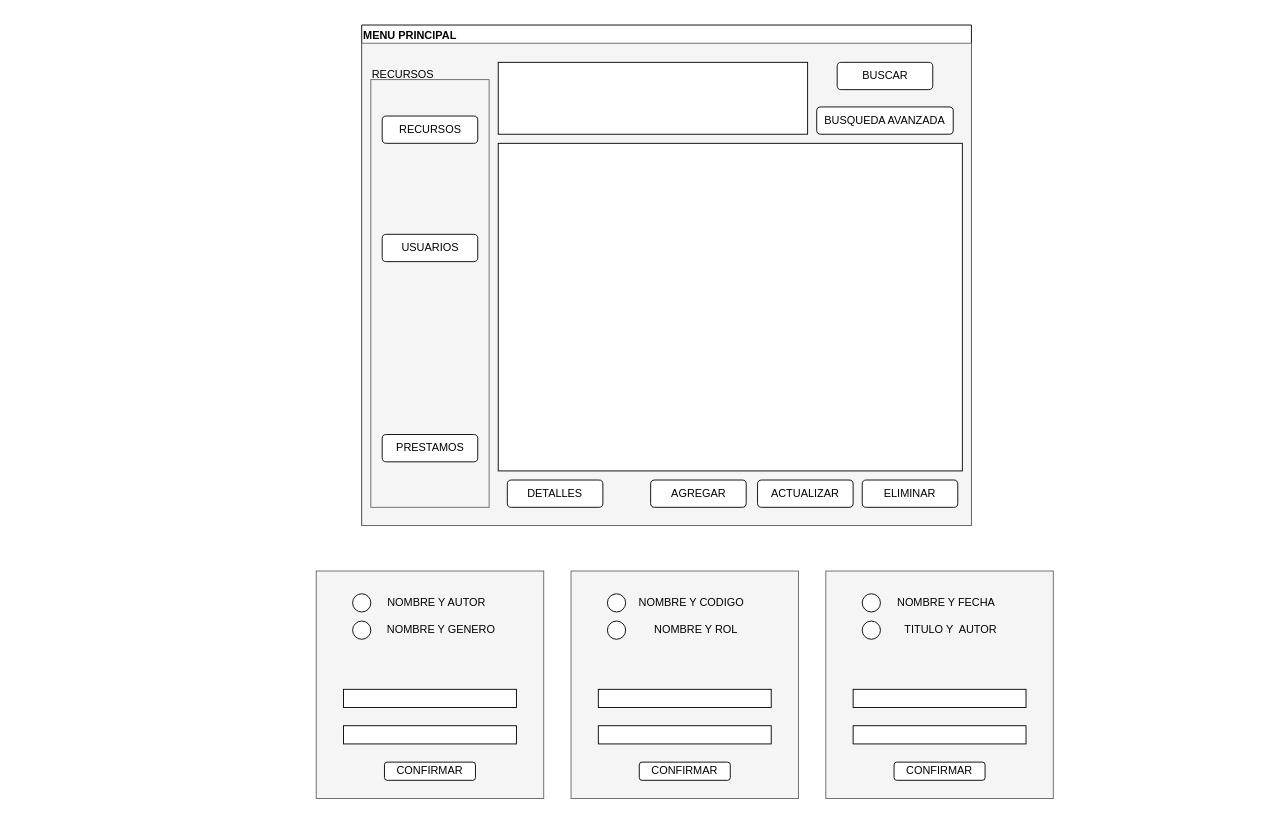
Before: page "Page-1" (1 of 4) of Interface Diagram.drawio in puyojulian/MiniProyecto3FPOE, a draw.io diagram. Source tidied: cells renumbered, new cells numbered last; positions are measured from the earlier drawing's top-left corner, leaving out a move shared by most shapes. Both pictures are drawn from the tidied source at 91%, with x=0, y=0 at pixel (316, 25).
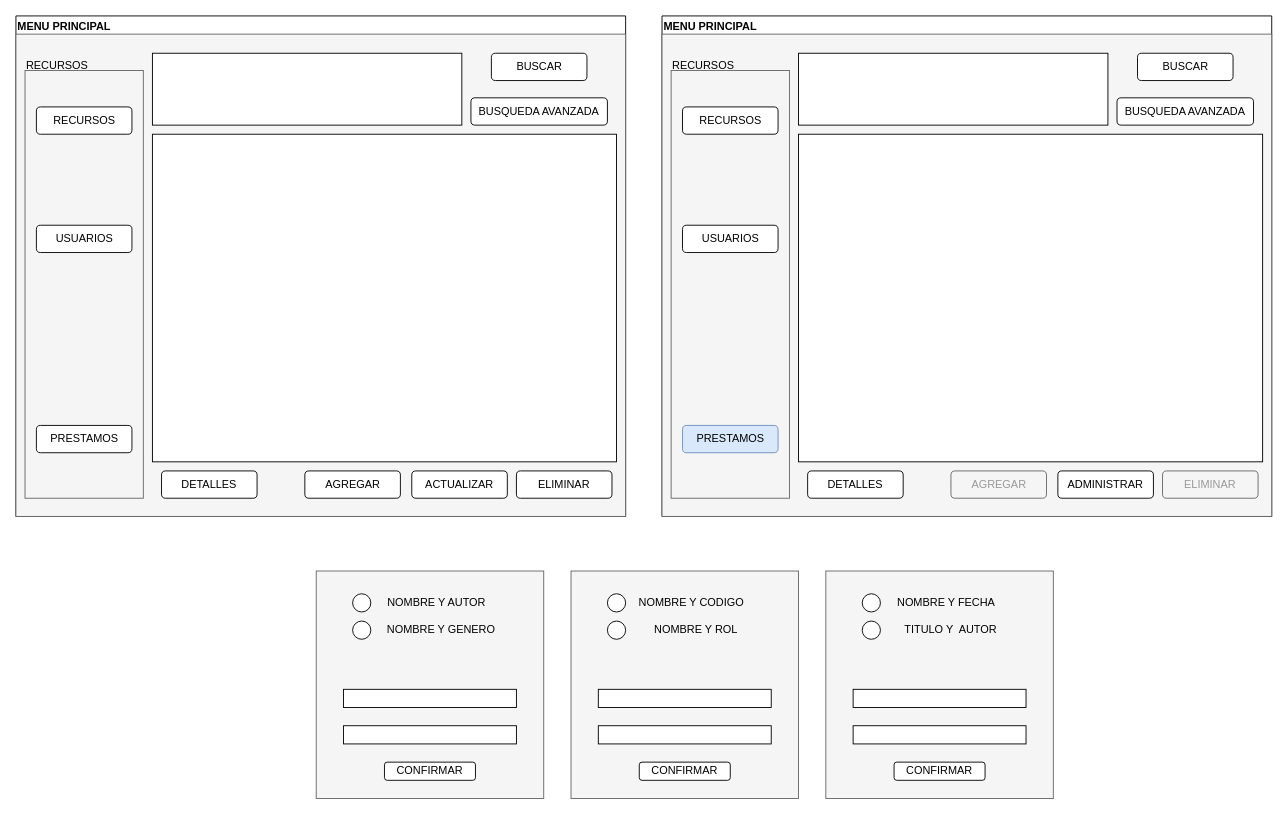
Above is the later version.

Commit message:
Actualización Interfaz MenuPrincipal

Diff of the diagram source:
```diff
@@
     <mxCell id="2" value="MENU PRINCIPAL" style="swimlane;whiteSpace=wrap;html=1;align=left;" parent="1" vertex="1">
-      <mxGeometry x="50" width="670" height="550" as="geometry" />
+      <mxGeometry x="-330" y="-10" width="670" height="550" as="geometry" />
     </mxCell>
@@
     <mxCell id="13" value="DETALLES" style="rounded=1;whiteSpace=wrap;html=1;" parent="1" vertex="1">
-      <mxGeometry x="210" y="500" width="105" height="30" as="geometry" />
+      <mxGeometry x="-170" y="490" width="105" height="30" as="geometry" />
     </mxCell>
     <mxCell id="14" value="AGREGAR" style="rounded=1;whiteSpace=wrap;html=1;" parent="1" vertex="1">
-      <mxGeometry x="367.5" y="500" width="105" height="30" as="geometry" />
+      <mxGeometry x="-12.5" y="490" width="105" height="30" as="geometry" />
     </mxCell>
     <mxCell id="15" value="ACTUALIZAR" style="rounded=1;whiteSpace=wrap;html=1;" parent="1" vertex="1">
-      <mxGeometry x="485" y="500" width="105" height="30" as="geometry" />
+      <mxGeometry x="105" y="490" width="105" height="30" as="geometry" />
     </mxCell>
@@
     <mxCell id="40" style="rounded=0;whiteSpace=wrap;html=1;" parent="1" vertex="1">
-      <mxGeometry x="200" y="130" width="510" height="360" as="geometry" />
+      <mxGeometry x="-180" y="120" width="510" height="360" as="geometry" />
     </mxCell>
+    <mxCell id="41" value="MENU PRINCIPAL" style="swimlane;whiteSpace=wrap;html=1;align=left;" parent="1" vertex="1">
+      <mxGeometry x="380" y="-10" width="670" height="550" as="geometry" />
+    </mxCell>
+    <mxCell id="42" style="rounded=0;whiteSpace=wrap;html=1;fillColor=#f5f5f5;fontColor=#333333;strokeColor=#666666;" parent="41" vertex="1">
+      <mxGeometry y="20" width="670" height="530" as="geometry" />
+    </mxCell>
+    <mxCell id="43" value="&lt;font color=&quot;#999999&quot;&gt;ELIMINAR&lt;/font&gt;" style="rounded=1;whiteSpace=wrap;html=1;fillColor=#f5f5f5;fontColor=#333333;strokeColor=#666666;" parent="41" vertex="1">
+      <mxGeometry x="550" y="500" width="105" height="30" as="geometry" />
+    </mxCell>
+    <mxCell id="44" value="BUSQUEDA AVANZADA" style="rounded=1;whiteSpace=wrap;html=1;" parent="41" vertex="1">
+      <mxGeometry x="500" y="90" width="150" height="30" as="geometry" />
+    </mxCell>
+    <mxCell id="45" value="BUSCAR" style="rounded=1;whiteSpace=wrap;html=1;" parent="41" vertex="1">
+      <mxGeometry x="522.5" y="41" width="105" height="30" as="geometry" />
+    </mxCell>
+    <mxCell id="46" value="RECURSOS" style="text;html=1;align=center;verticalAlign=middle;strokeColor=none;fillColor=none;" parent="41" vertex="1">
+      <mxGeometry y="40" width="90" height="30" as="geometry" />
+    </mxCell>
+    <mxCell id="47" style="rounded=0;whiteSpace=wrap;html=1;" parent="41" vertex="1">
+      <mxGeometry x="150" y="41" width="340" height="79" as="geometry" />
+    </mxCell>
+    <mxCell id="48" style="rounded=0;whiteSpace=wrap;html=1;fillColor=#f5f5f5;fontColor=#333333;strokeColor=#666666;" parent="41" vertex="1">
+      <mxGeometry x="10" y="60" width="130" height="470" as="geometry" />
+    </mxCell>
+    <mxCell id="49" value="PRESTAMOS" style="rounded=1;whiteSpace=wrap;html=1;fillColor=#dae8fc;strokeColor=#6c8ebf;" parent="41" vertex="1">
+      <mxGeometry x="22.5" y="450" width="105" height="30" as="geometry" />
+    </mxCell>
+    <mxCell id="50" value="USUARIOS" style="rounded=1;whiteSpace=wrap;html=1;" parent="41" vertex="1">
+      <mxGeometry x="22.5" y="230" width="105" height="30" as="geometry" />
+    </mxCell>
+    <mxCell id="51" value="RECURSOS" style="rounded=1;whiteSpace=wrap;html=1;" parent="41" vertex="1">
+      <mxGeometry x="22.5" y="100" width="105" height="30" as="geometry" />
+    </mxCell>
+    <mxCell id="52" value="DETALLES" style="rounded=1;whiteSpace=wrap;html=1;" parent="1" vertex="1">
+      <mxGeometry x="540" y="490" width="105" height="30" as="geometry" />
+    </mxCell>
+    <mxCell id="53" value="&lt;font color=&quot;#999999&quot;&gt;AGREGAR&lt;/font&gt;" style="rounded=1;whiteSpace=wrap;html=1;fillColor=#f5f5f5;fontColor=#333333;strokeColor=#666666;" parent="1" vertex="1">
+      <mxGeometry x="697.5" y="490" width="105" height="30" as="geometry" />
+    </mxCell>
+    <mxCell id="54" value="ADMINISTRAR" style="rounded=1;whiteSpace=wrap;html=1;" parent="1" vertex="1">
+      <mxGeometry x="815" y="490" width="105" height="30" as="geometry" />
+    </mxCell>
+    <mxCell id="55" style="rounded=0;whiteSpace=wrap;html=1;" parent="1" vertex="1">
+      <mxGeometry x="530" y="120" width="510" height="360" as="geometry" />
+    </mxCell>
```
